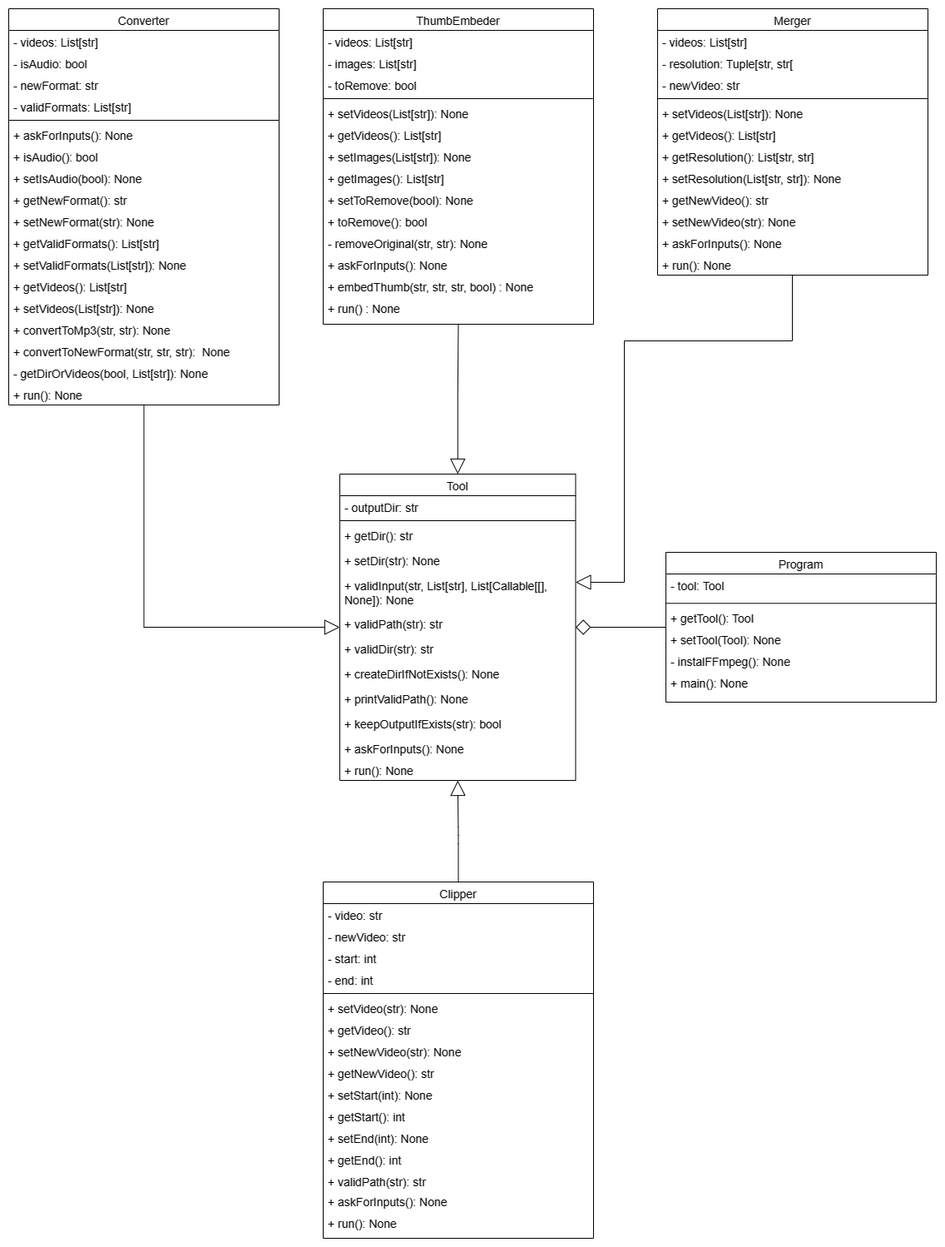
ahmedxgouda/video-toolbox keeps this draw.io diagram as Video-Toolbox.drawio.png. Above is the earlier version. Source tidied: cells renumbered, new cells last; positions are measured from the earlier drawing's top-left corner, leaving out a move shared by most shapes.
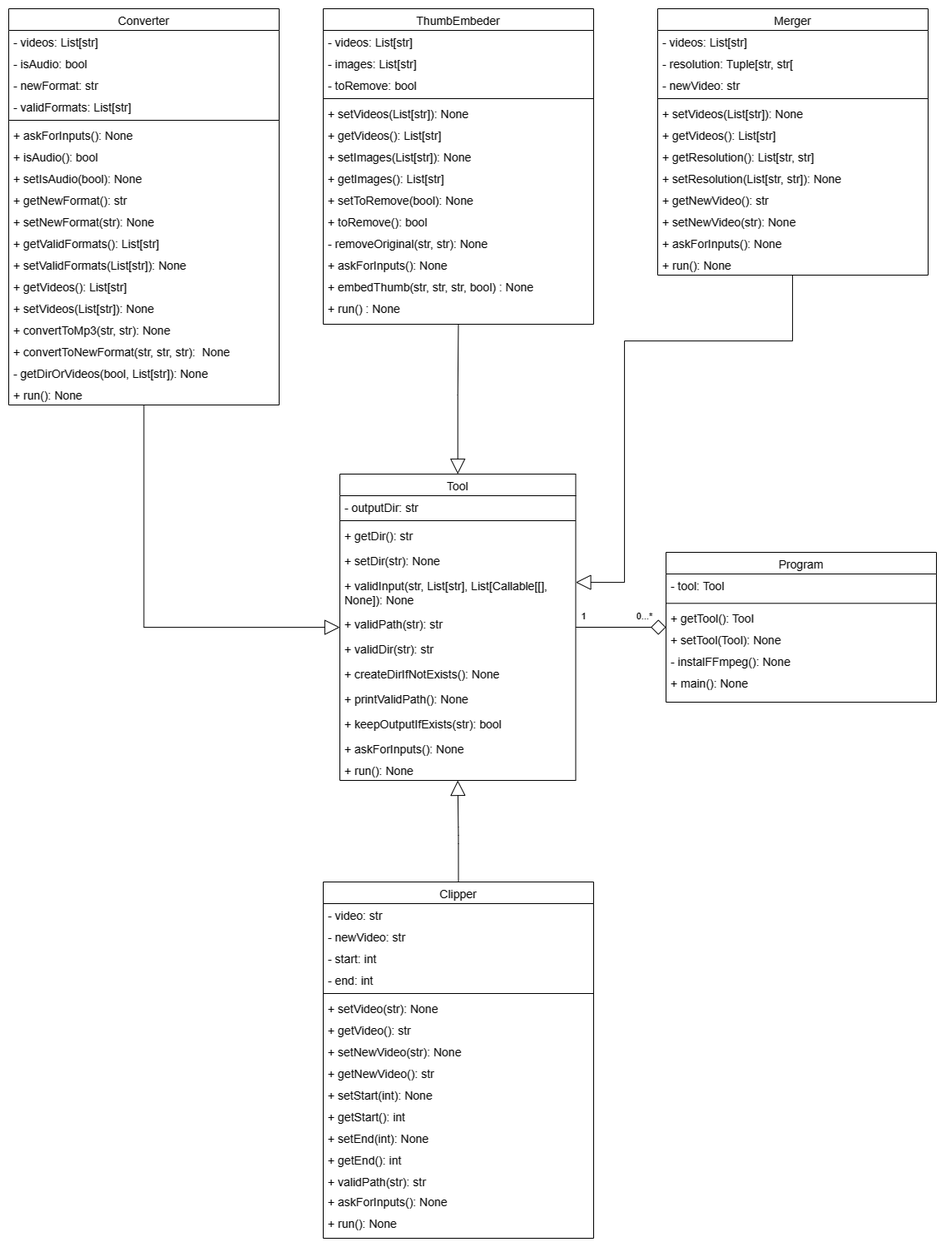
The same file after the commit.

Commit message:
fix: reverse aggregation realtion in the class diagram

Diff of the diagram source:
```diff
@@ -272,8 +272,18 @@
     <mxCell id="89" style="edgeStyle=orthogonalEdgeStyle;rounded=0;jettySize=auto;html=1;endArrow=none;endFill=0;startArrow=block;startFill=0;endSize=16;startSize=16;" parent="1" edge="1" source="76" target="10">
       <mxGeometry relative="1" as="geometry" />
     </mxCell>
-    <mxCell id="90" style="edgeStyle=orthogonalEdgeStyle;jettySize=auto;html=1;endArrow=none;endFill=0;startArrow=diamond;startFill=0;endSize=16;startSize=16;" parent="1" edge="1" source="76" target="3">
+    <mxCell id="90" style="edgeStyle=orthogonalEdgeStyle;jettySize=auto;html=1;endArrow=diamond;endFill=0;startArrow=none;startFill=0;endSize=16;startSize=16;" parent="1" edge="1" source="76" target="3">
       <mxGeometry relative="1" as="geometry" />
     </mxCell>
+    <mxCell id="91" value="1" style="edgeLabel;html=1;align=center;verticalAlign=middle;" parent="90" vertex="1">
+      <mxGeometry x="-0.75" y="1" relative="1" as="geometry">
+        <mxPoint x="-4" y="-13" as="offset" />
+      </mxGeometry>
+    </mxCell>
+    <mxCell id="92" value="0...*" style="edgeLabel;html=1;align=center;verticalAlign=middle;" parent="90" vertex="1">
+      <mxGeometry x="0.5" y="-2" relative="1" as="geometry">
+        <mxPoint y="-16" as="offset" />
+      </mxGeometry>
+    </mxCell>
   </root>
 </mxGraphModel>
```
